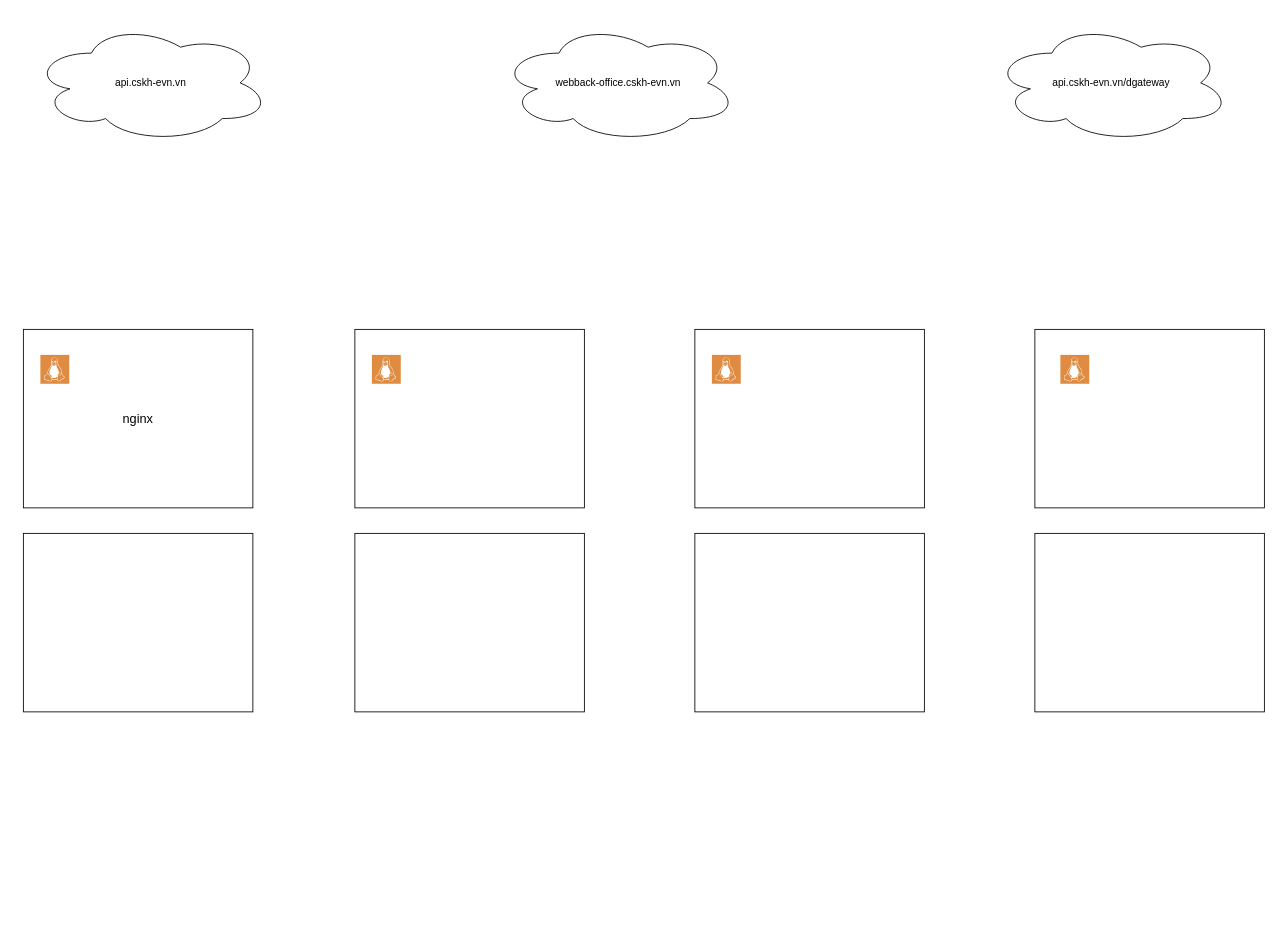
Before: evn-map.drawio in nguyentrihau/map-env, a draw.io diagram. Source tidied: cells renumbered, new cells numbered last; positions are measured from the earlier drawing's top-left corner, leaving out a move shared by most shapes. Both pictures are drawn from the tidied source at 85%, with x=0, y=0 at pixel (23, 23).
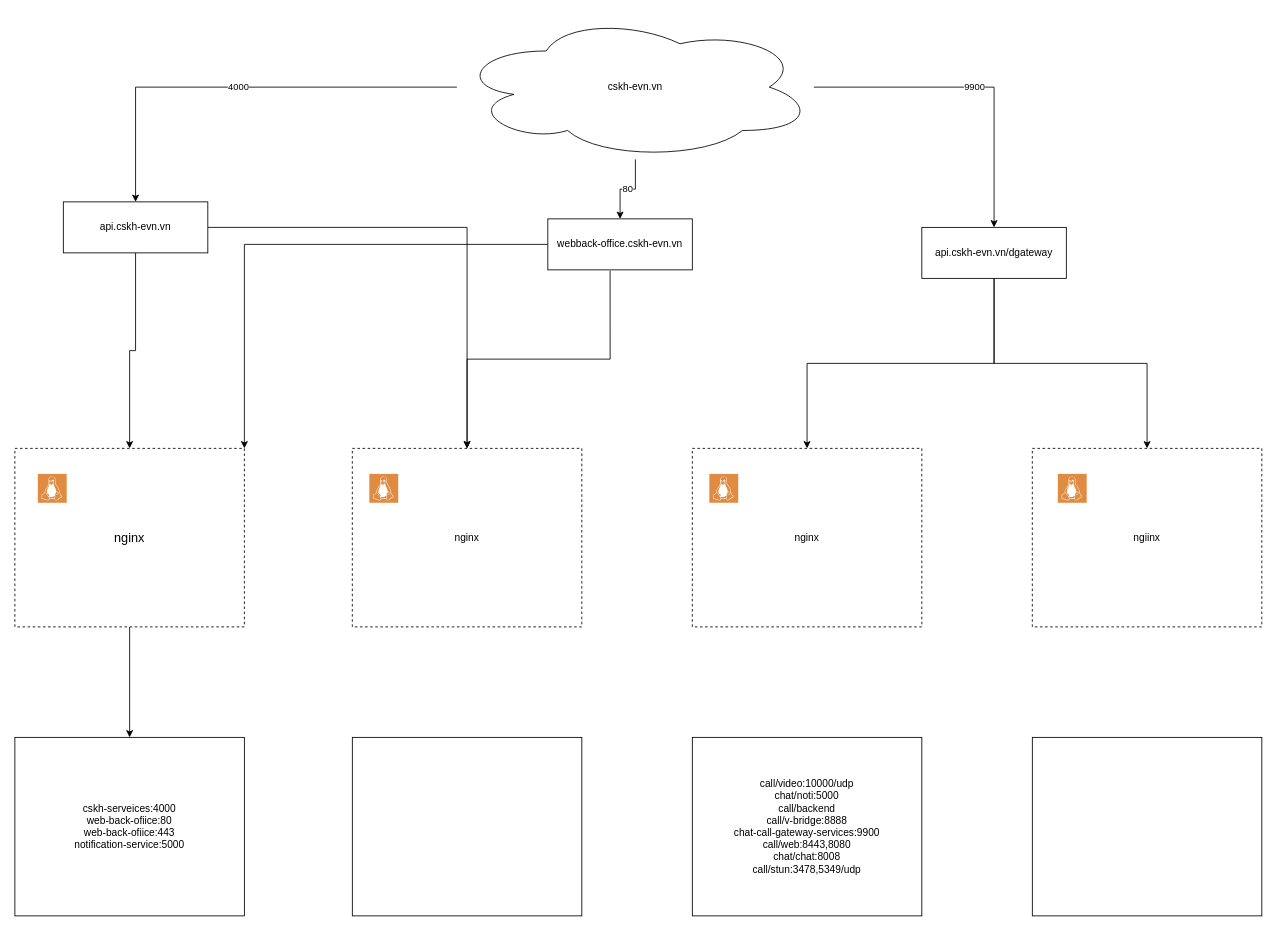
The same page after the edit.

Commit message:
Cập nhật evn-map.drawio

Diff of the diagram source:
```diff
@@
-    <mxCell id="2" style="rounded=0;whiteSpace=wrap;html=1;" parent="1" vertex="1">
-      <mxGeometry x="390" y="360" width="270" height="210" as="geometry" />
+    <mxCell id="2" value="nginx" style="rounded=0;whiteSpace=wrap;html=1;dashed=1;" parent="1" vertex="1">
+      <mxGeometry x="387" y="500" width="270" height="210" as="geometry" />
     </mxCell>
+    <mxCell id="17" style="edgeStyle=orthogonalEdgeStyle;rounded=0;jettySize=auto;html=1;entryX=0.5;entryY=0;entryDx=0;entryDy=0;" parent="1" edge="1" source="3" target="13">
+      <mxGeometry relative="1" as="geometry" />
+    </mxCell>
-    <mxCell id="3" value="&lt;font style=&quot;font-size: 15px;&quot;&gt;nginx&lt;/font&gt;" style="rounded=0;whiteSpace=wrap;html=1;" parent="1" vertex="1">
-      <mxGeometry y="360" width="270" height="210" as="geometry" />
+    <mxCell id="3" value="&lt;font style=&quot;font-size: 15px;&quot;&gt;nginx&lt;/font&gt;" style="rounded=0;whiteSpace=wrap;html=1;dashed=1;" parent="1" vertex="1">
+      <mxGeometry x="-10" y="500" width="270" height="210" as="geometry" />
     </mxCell>
-    <mxCell id="4" style="rounded=0;whiteSpace=wrap;html=1;" parent="1" vertex="1">
-      <mxGeometry x="1190" y="360" width="270" height="210" as="geometry" />
+    <mxCell id="4" value="ngiinx" style="rounded=0;whiteSpace=wrap;html=1;dashed=1;" parent="1" vertex="1">
+      <mxGeometry x="1187" y="500" width="270" height="210" as="geometry" />
     </mxCell>
-    <mxCell id="5" style="rounded=0;whiteSpace=wrap;html=1;" parent="1" vertex="1">
-      <mxGeometry x="790" y="360" width="270" height="210" as="geometry" />
+    <mxCell id="5" value="nginx" style="rounded=0;whiteSpace=wrap;html=1;dashed=1;" parent="1" vertex="1">
+      <mxGeometry x="787" y="500" width="270" height="210" as="geometry" />
     </mxCell>
     <mxCell id="6" style="sketch=0;shadow=0;dashed=0;html=1;strokeColor=none;fillColor=#DF8C42;labelPosition=center;verticalLabelPosition=bottom;verticalAlign=top;align=center;shape=mxgraph.veeam2.linux;" parent="1" vertex="1">
-      <mxGeometry x="20" y="390" width="34" height="34" as="geometry" />
+      <mxGeometry x="17" y="530" width="34" height="34" as="geometry" />
     </mxCell>
     <mxCell id="7" style="sketch=0;shadow=0;dashed=0;html=1;strokeColor=none;fillColor=#DF8C42;labelPosition=center;verticalLabelPosition=bottom;verticalAlign=top;align=center;shape=mxgraph.veeam2.linux;" parent="1" vertex="1">
-      <mxGeometry x="410" y="390" width="34" height="34" as="geometry" />
+      <mxGeometry x="407" y="530" width="34" height="34" as="geometry" />
     </mxCell>
     <mxCell id="8" style="sketch=0;shadow=0;dashed=0;html=1;strokeColor=none;fillColor=#DF8C42;labelPosition=center;verticalLabelPosition=bottom;verticalAlign=top;align=center;shape=mxgraph.veeam2.linux;" parent="1" vertex="1">
-      <mxGeometry x="810" y="390" width="34" height="34" as="geometry" />
+      <mxGeometry x="807" y="530" width="34" height="34" as="geometry" />
     </mxCell>
     <mxCell id="9" style="sketch=0;shadow=0;dashed=0;html=1;strokeColor=none;fillColor=#DF8C42;labelPosition=center;verticalLabelPosition=bottom;verticalAlign=top;align=center;shape=mxgraph.veeam2.linux;" parent="1" vertex="1">
-      <mxGeometry x="1220" y="390" width="34" height="34" as="geometry" />
+      <mxGeometry x="1217" y="530" width="34" height="34" as="geometry" />
     </mxCell>
     <mxCell id="10" style="rounded=0;whiteSpace=wrap;html=1;" parent="1" vertex="1">
-      <mxGeometry x="390" y="600" width="270" height="210" as="geometry" />
+      <mxGeometry x="387" y="840" width="270" height="210" as="geometry" />
     </mxCell>
     <mxCell id="11" style="rounded=0;whiteSpace=wrap;html=1;" parent="1" vertex="1">
-      <mxGeometry x="1190" y="600" width="270" height="210" as="geometry" />
+      <mxGeometry x="1187" y="840" width="270" height="210" as="geometry" />
     </mxCell>
-    <mxCell id="12" style="rounded=0;whiteSpace=wrap;html=1;" parent="1" vertex="1">
-      <mxGeometry x="790" y="600" width="270" height="210" as="geometry" />
+    <mxCell id="12" value="call/video:10000/udp&lt;br&gt;chat/noti:5000&lt;br&gt;call/backend&lt;br&gt;call/v-bridge:8888&lt;br&gt;chat-call-gateway-services:9900&lt;br&gt;call/web:8443,8080&lt;br&gt;chat/chat:8008&lt;br&gt;call/stun:3478,5349/udp" style="rounded=0;whiteSpace=wrap;html=1;" parent="1" vertex="1">
+      <mxGeometry x="787" y="840" width="270" height="210" as="geometry" />
     </mxCell>
-    <mxCell id="13" style="rounded=0;whiteSpace=wrap;html=1;" parent="1" vertex="1">
-      <mxGeometry y="600" width="270" height="210" as="geometry" />
+    <mxCell id="13" value="cskh-serveices:4000&lt;br&gt;web-back-ofiice:80&lt;br&gt;web-back-ofiice:443&lt;br&gt;notification-service:5000" style="rounded=0;whiteSpace=wrap;html=1;" parent="1" vertex="1">
+      <mxGeometry x="-10" y="840" width="270" height="210" as="geometry" />
     </mxCell>
+    <mxCell id="18" style="edgeStyle=orthogonalEdgeStyle;rounded=0;jettySize=auto;html=1;entryX=0.5;entryY=0;entryDx=0;entryDy=0;exitX=0.5;exitY=1;exitDx=0;exitDy=0;" parent="1" edge="1" source="14" target="3">
+      <mxGeometry relative="1" as="geometry" />
+    </mxCell>
+    <mxCell id="19" style="edgeStyle=orthogonalEdgeStyle;rounded=0;jettySize=auto;html=1;entryX=0.5;entryY=0;entryDx=0;entryDy=0;exitX=1;exitY=0.5;exitDx=0;exitDy=0;" parent="1" edge="1" source="14" target="2">
+      <mxGeometry relative="1" as="geometry" />
+    </mxCell>
+    <mxCell id="20" style="edgeStyle=orthogonalEdgeStyle;rounded=0;jettySize=auto;html=1;entryX=0.5;entryY=0;entryDx=0;entryDy=0;exitX=0.431;exitY=1.017;exitDx=0;exitDy=0;exitPerimeter=0;" parent="1" edge="1" source="15" target="2">
+      <mxGeometry relative="1" as="geometry" />
+    </mxCell>
+    <mxCell id="21" value="cskh-evn.vn" style="ellipse;shape=cloud;whiteSpace=wrap;html=1;" parent="1" vertex="1">
+      <mxGeometry x="510" y="-10" width="420" height="170" as="geometry" />
+    </mxCell>
+    <mxCell id="22" value="4000" style="edgeStyle=orthogonalEdgeStyle;rounded=0;jettySize=auto;html=1;entryX=0.5;entryY=0;entryDx=0;entryDy=0;" parent="1" edge="1" source="21" target="14">
+      <mxGeometry relative="1" as="geometry" />
+    </mxCell>
+    <mxCell id="23" value="80" style="edgeStyle=orthogonalEdgeStyle;rounded=0;jettySize=auto;html=1;entryX=0.5;entryY=0;entryDx=0;entryDy=0;" parent="1" edge="1" source="21" target="15">
+      <mxGeometry relative="1" as="geometry" />
+    </mxCell>
+    <mxCell id="24" value="9900" style="edgeStyle=orthogonalEdgeStyle;rounded=0;jettySize=auto;html=1;entryX=0.5;entryY=0;entryDx=0;entryDy=0;" parent="1" edge="1" source="21" target="16">
+      <mxGeometry relative="1" as="geometry" />
+    </mxCell>
+    <mxCell id="25" style="edgeStyle=orthogonalEdgeStyle;rounded=0;jettySize=auto;html=1;entryX=1;entryY=0;entryDx=0;entryDy=0;" parent="1" edge="1" source="15" target="3">
+      <mxGeometry relative="1" as="geometry" />
+    </mxCell>
+    <mxCell id="15" value="webback-office.cskh-evn.vn" style="rounded=0;whiteSpace=wrap;html=1;" parent="1" vertex="1">
+      <mxGeometry x="617" y="230" width="170" height="60" as="geometry" />
+    </mxCell>
+    <mxCell id="26" style="edgeStyle=orthogonalEdgeStyle;rounded=0;jettySize=auto;html=1;entryX=0.5;entryY=0;entryDx=0;entryDy=0;" parent="1" edge="1" source="16" target="5">
+      <mxGeometry relative="1" as="geometry" />
+    </mxCell>
+    <mxCell id="27" style="edgeStyle=orthogonalEdgeStyle;rounded=0;jettySize=auto;html=1;entryX=0.5;entryY=0;entryDx=0;entryDy=0;" parent="1" edge="1" source="16" target="4">
+      <mxGeometry relative="1" as="geometry" />
+    </mxCell>
+    <mxCell id="16" value="api.cskh-evn.vn/dgateway" style="rounded=0;whiteSpace=wrap;html=1;" parent="1" vertex="1">
+      <mxGeometry x="1057" y="240" width="170" height="60" as="geometry" />
+    </mxCell>
-    <mxCell id="14" value="api.cskh-evn.vn" style="ellipse;shape=cloud;whiteSpace=wrap;html=1;" parent="1" vertex="1">
-      <mxGeometry x="10" width="280" height="140" as="geometry" />
+    <mxCell id="14" value="api.cskh-evn.vn" style="rounded=0;whiteSpace=wrap;html=1;" parent="1" vertex="1">
+      <mxGeometry x="47" y="210" width="170" height="60" as="geometry" />
     </mxCell>
-    <mxCell id="15" value="webback-office.cskh-evn.vn" style="ellipse;shape=cloud;whiteSpace=wrap;html=1;" parent="1" vertex="1">
-      <mxGeometry x="560" width="280" height="140" as="geometry" />
-    </mxCell>
-    <mxCell id="16" value="api.cskh-evn.vn/dgateway" style="ellipse;shape=cloud;whiteSpace=wrap;html=1;" parent="1" vertex="1">
-      <mxGeometry x="1140" width="280" height="140" as="geometry" />
-    </mxCell>
```
